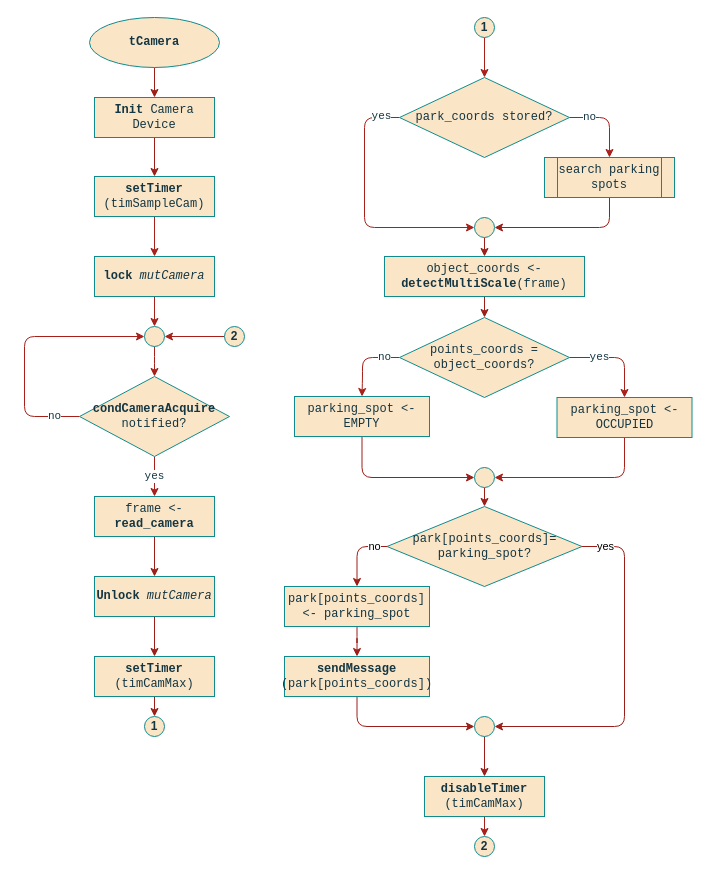
This is page "tCamera" (1 of 2) of project/report/flowcharts/Threads.drawio from ESRGgroup9/slipad, a draw.io file, before an edit. Source tidied: cells renumbered, new cells numbered last; positions are measured from the earlier drawing's top-left corner, leaving out a move shared by most shapes. Both pictures are drawn from the tidied source at 100%, with x=0, y=0 at pixel (24, 17).
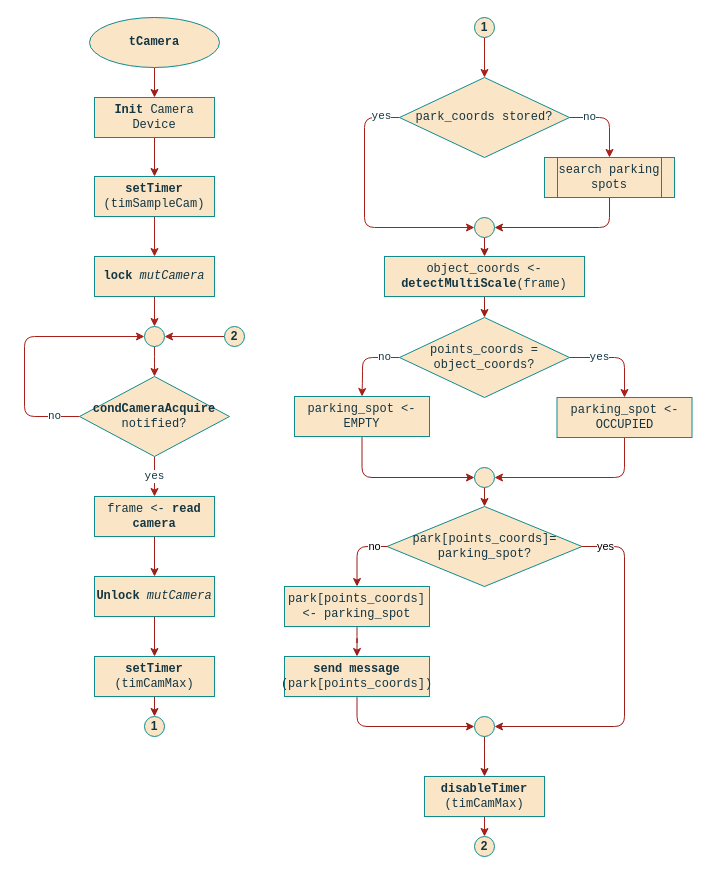
The same diagram, later.

What changed in the source:
```diff
@@
-    <mxCell id="40" value="frame &amp;lt;- &lt;b&gt;read_camera&lt;/b&gt;" style="rounded=0;whiteSpace=wrap;html=1;sketch=0;fontColor=#143642;strokeColor=#0F8B8D;fillColor=#FAE5C7;fontFamily=Courier New;" parent="1" vertex="1">
+    <mxCell id="40" value="frame &amp;lt;- &lt;b&gt;read camera&lt;/b&gt;" style="rounded=0;whiteSpace=wrap;html=1;sketch=0;fontColor=#143642;strokeColor=#0F8B8D;fillColor=#FAE5C7;fontFamily=Courier New;" parent="1" vertex="1">
       <mxGeometry x="70" y="479" width="120" height="40" as="geometry" />
     </mxCell>
@@
-    <mxCell id="53" value="&lt;b&gt;sendMessage&lt;/b&gt;&lt;br&gt;(park[points_coords])" style="rounded=0;whiteSpace=wrap;html=1;sketch=0;fontColor=#143642;strokeColor=#0F8B8D;fillColor=#FAE5C7;fontFamily=Courier New;" parent="1" vertex="1">
+    <mxCell id="53" value="&lt;b&gt;send message&lt;/b&gt;&lt;br&gt;(park[points_coords])" style="rounded=0;whiteSpace=wrap;html=1;sketch=0;fontColor=#143642;strokeColor=#0F8B8D;fillColor=#FAE5C7;fontFamily=Courier New;" parent="1" vertex="1">
       <mxGeometry x="260" y="639" width="145" height="40" as="geometry" />
     </mxCell>
```
